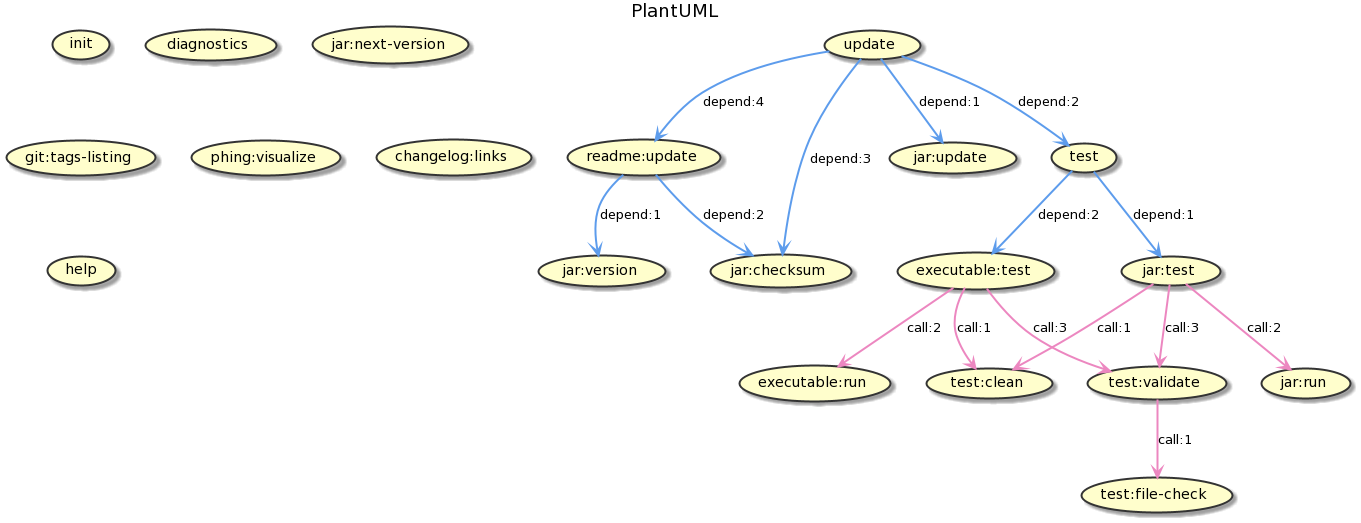
Above: docs/build.png in jawira/plantuml (PlantUML), before the change.
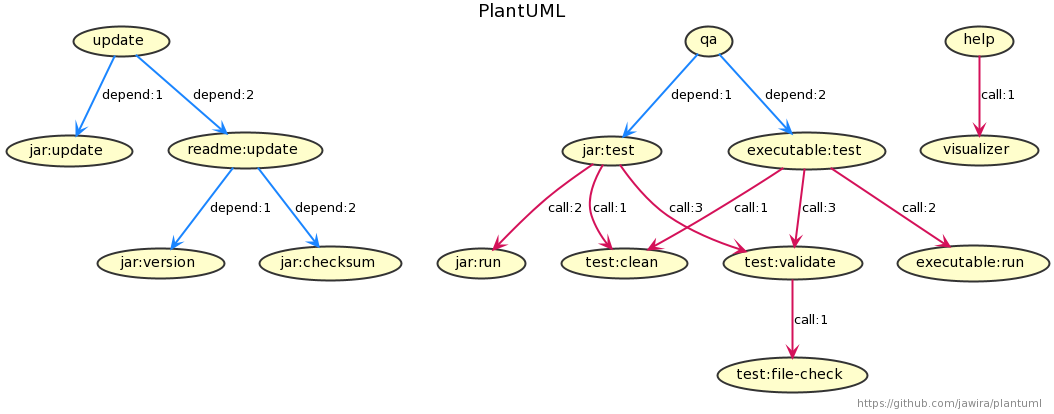
After the commit.

Change to the diagram source:
```diff
@@ -1,5 +1,15 @@
 @startuml
-title PlantUML
+title
+PlantUML
+end title
+
+right footer
+https://github.com/jawira/plantuml
+end footer
+
+top to bottom direction
+
+skinparam Shadowing false
 skinparam ArrowFontColor Black
 skinparam ArrowThickness 2
 skinparam UseCaseBackgroundColor #FFFECC
@@ -7,12 +17,26 @@
 skinparam UseCaseBorderThickness 2
 skinparam UseCaseFontColor Black
 
-(init)
+
+(update) -[#1A85FF]-> (jar:update) : depend:1
+(update) -[#1A85FF]-> (readme:update) : depend:2
+(qa) -[#1A85FF]-> (jar:test) : depend:1
+(qa) -[#1A85FF]-> (executable:test) : depend:2
+(readme:update) -[#1A85FF]-> (jar:version) : depend:1
+(readme:update) -[#1A85FF]-> (jar:checksum) : depend:2
+(jar:test) -[#D41159]-> (test:clean) : call:1
+(jar:test) -[#D41159]-> (jar:run) : call:2
+(jar:test) -[#D41159]-> (test:validate) : call:3
+(executable:test) -[#D41159]-> (test:clean) : call:1
+(executable:test) -[#D41159]-> (executable:run) : call:2
+(executable:test) -[#D41159]-> (test:validate) : call:3
+(test:validate) -[#D41159]-> (test:file-check) : call:1
+(help) -[#D41159]-> (visualizer) : call:1
 (update)
+(qa)
 (readme:update)
 (jar:update)
 (jar:version)
-(test)
 (jar:test)
 (executable:test)
 (jar:run)
@@ -20,28 +44,7 @@
 (test:clean)
 (test:validate)
 (test:file-check)
-(diagnostics)
 (jar:checksum)
-(jar:next-version)
-(git:tags-listing)
-(phing:visualize)
-(changelog:links)
 (help)
-
-
-(update) -[#5D9CEC]-> (jar:update) : depend:1
-(update) -[#5D9CEC]-> (test) : depend:2
-(update) -[#5D9CEC]-> (jar:checksum) : depend:3
-(update) -[#5D9CEC]-> (readme:update) : depend:4
-(readme:update) -[#5D9CEC]-> (jar:version) : depend:1
-(readme:update) -[#5D9CEC]-> (jar:checksum) : depend:2
-(test) -[#5D9CEC]-> (jar:test) : depend:1
-(test) -[#5D9CEC]-> (executable:test) : depend:2
-(jar:test) -[#EC87C0]-> (test:clean) : call:1
-(jar:test) -[#EC87C0]-> (jar:run) : call:2
-(jar:test) -[#EC87C0]-> (test:validate) : call:3
-(executable:test) -[#EC87C0]-> (test:clean) : call:1
-(executable:test) -[#EC87C0]-> (executable:run) : call:2
-(executable:test) -[#EC87C0]-> (test:validate) : call:3
-(test:validate) -[#EC87C0]-> (test:file-check) : call:1
+(visualizer)
 @enduml
```
